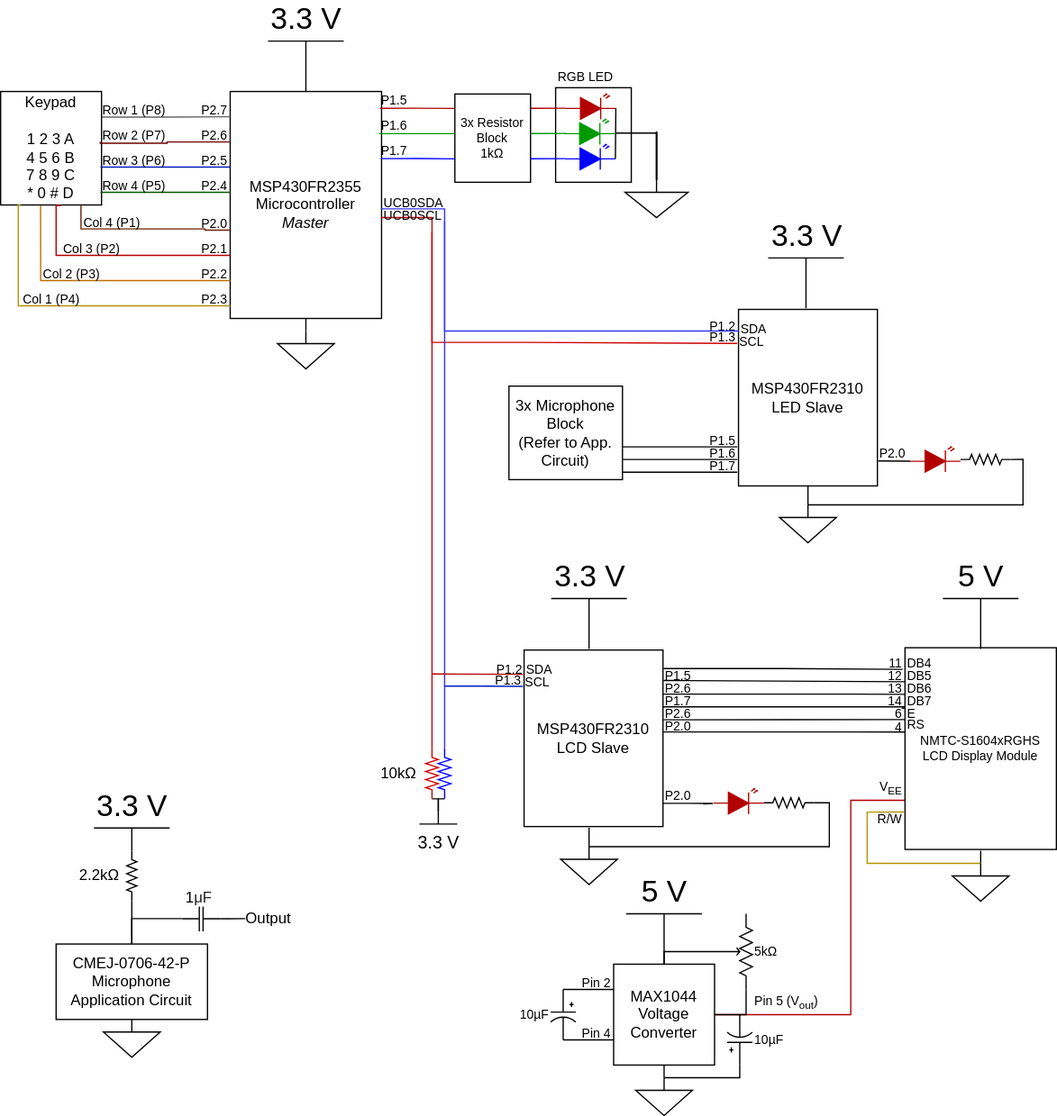
Above: docs/assets/CircuitDiagram-gabby.svg in msu-eele-465/final-project-gabriellaLord (draw.io), before the change. Source tidied: cells renumbered, new cells last; positions are measured from the earlier drawing's top-left corner, leaving out a move shared by most shapes.
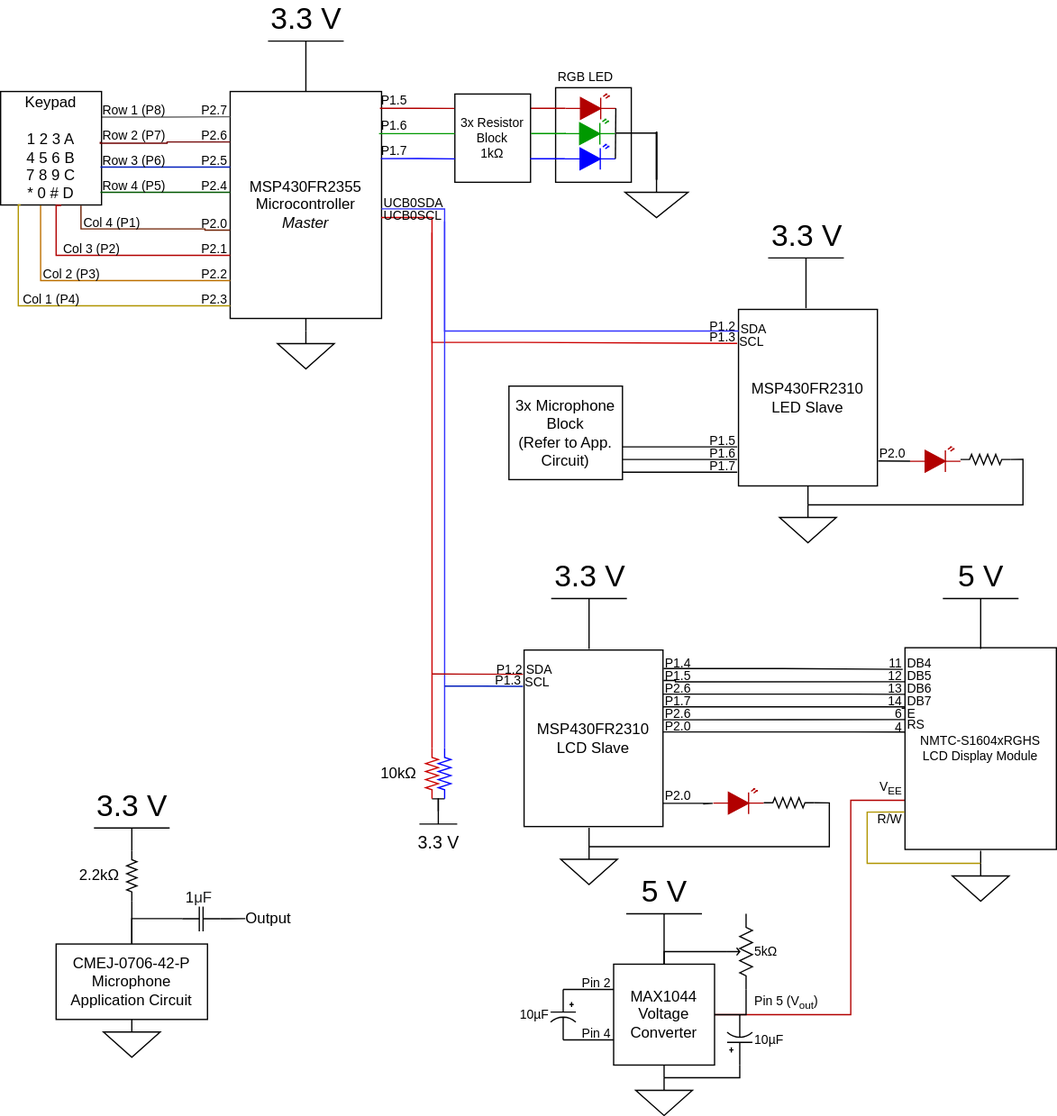
The same diagram one commit later.

Commit message:
Added a missing pin label

The edit, as a diff of the source:
```diff
@@ -699,5 +699,8 @@
     <mxCell id="161" value="P1.7" style="text;html=1;strokeColor=none;fillColor=none;align=right;verticalAlign=middle;whiteSpace=wrap;rounded=0;fontSize=10;" parent="1" vertex="1">
       <mxGeometry x="555.1" y="331.8" width="30" height="10" as="geometry" />
     </mxCell>
+    <mxCell id="162" value="P1.4" style="text;html=1;strokeColor=none;fillColor=none;align=left;verticalAlign=middle;whiteSpace=wrap;rounded=0;fontSize=10;" parent="1" vertex="1">
+      <mxGeometry x="524.6" y="488" width="30" height="10" as="geometry" />
+    </mxCell>
   </root>
 </mxGraphModel>
```
